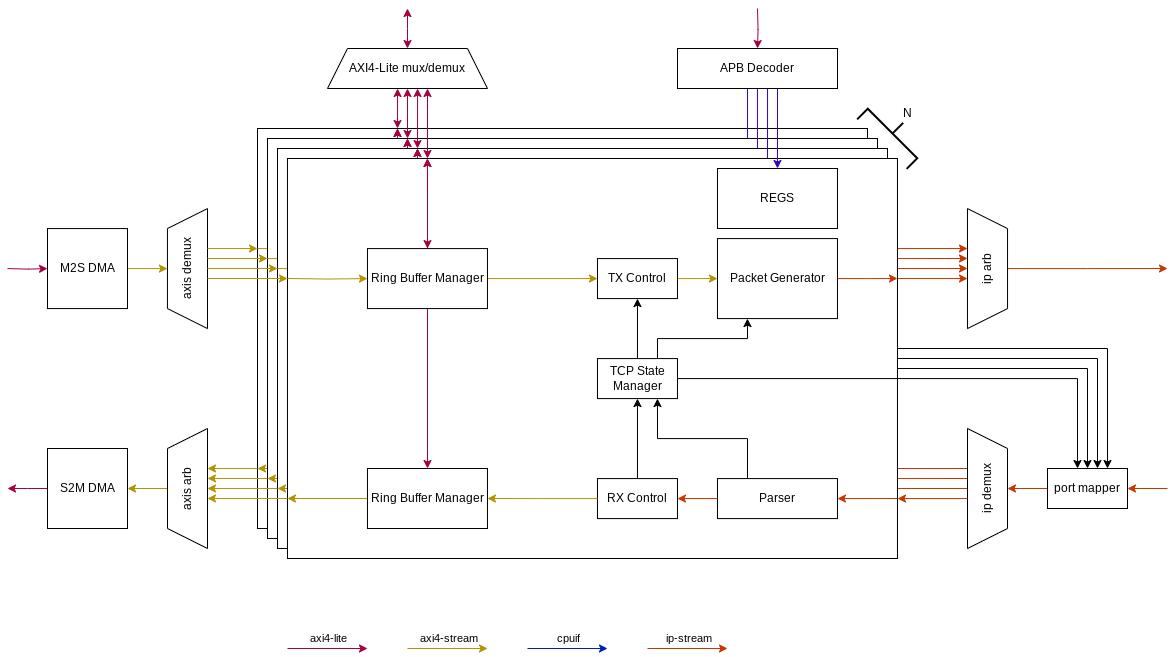
Before: hw/super6502_fpga/src/sub/network_processor/doc/tcp.drawio.png, a diagram exported from draw.io (bman12three4/super6502). Source tidied: cells renumbered, new cells last; positions are measured from the earlier drawing's top-left corner, leaving out a move shared by most shapes.
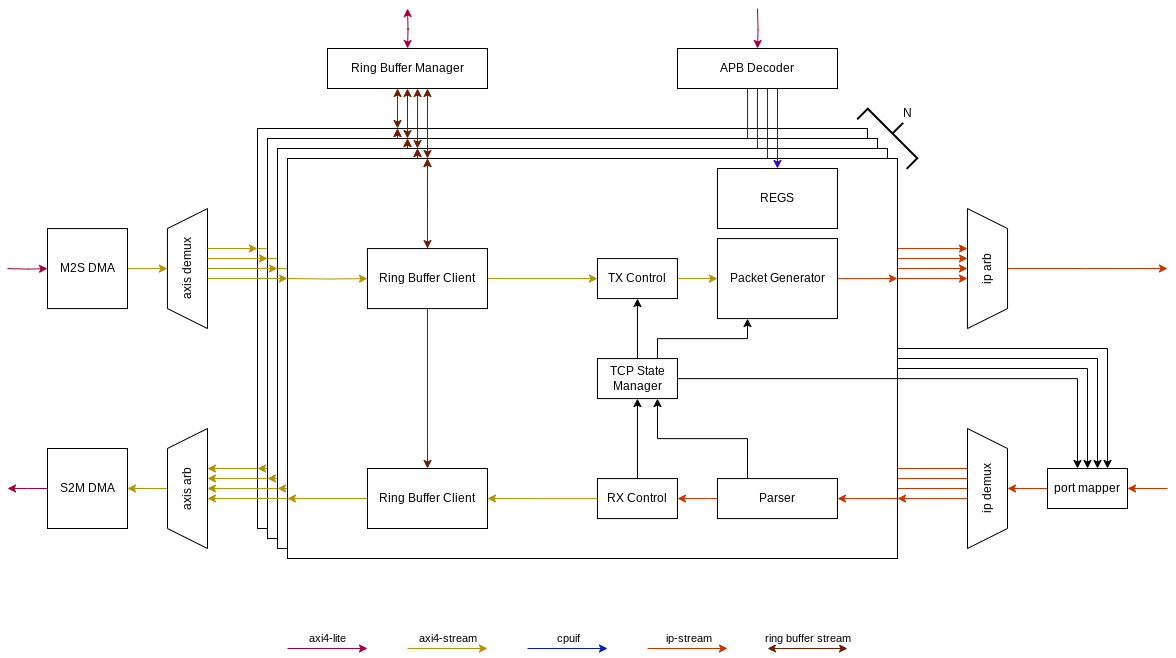
The same file after the commit.

The edit, as a diff of the source:
```diff
@@ -13,7 +13,7 @@
         <mxPoint x="140" as="targetPoint" />
       </mxGeometry>
     </mxCell>
-    <mxCell id="5" style="edgeStyle=orthogonalEdgeStyle;rounded=0;jettySize=auto;html=1;fillColor=#d80073;strokeColor=#A50040;startArrow=classic;startFill=1;" parent="2" edge="1" source="24">
+    <mxCell id="5" style="edgeStyle=orthogonalEdgeStyle;rounded=0;jettySize=auto;html=1;fillColor=#a0522d;strokeColor=#6D1F00;startArrow=classic;startFill=1;" parent="2" edge="1" source="24">
       <mxGeometry relative="1" as="geometry">
         <mxPoint x="140" as="targetPoint" />
         <Array as="points">
@@ -107,7 +107,7 @@
         <mxPoint x="140" as="targetPoint" />
       </mxGeometry>
     </mxCell>
-    <mxCell id="30" style="edgeStyle=orthogonalEdgeStyle;rounded=0;jettySize=auto;html=1;fillColor=#d80073;strokeColor=#A50040;startArrow=classic;startFill=1;" parent="27" edge="1" source="49">
+    <mxCell id="30" style="edgeStyle=orthogonalEdgeStyle;rounded=0;jettySize=auto;html=1;fillColor=#a0522d;strokeColor=#6D1F00;startArrow=classic;startFill=1;" parent="27" edge="1" source="49">
       <mxGeometry relative="1" as="geometry">
         <mxPoint x="140" as="targetPoint" />
         <Array as="points">
@@ -201,7 +201,7 @@
         <mxPoint x="140" as="targetPoint" />
       </mxGeometry>
     </mxCell>
-    <mxCell id="55" style="edgeStyle=orthogonalEdgeStyle;rounded=0;jettySize=auto;html=1;fillColor=#d80073;strokeColor=#A50040;startArrow=classic;startFill=1;" parent="52" edge="1" source="74">
+    <mxCell id="55" style="edgeStyle=orthogonalEdgeStyle;rounded=0;jettySize=auto;html=1;fillColor=#a0522d;strokeColor=#6D1F00;startArrow=classic;startFill=1;" parent="52" edge="1" source="74">
       <mxGeometry relative="1" as="geometry">
         <mxPoint x="140" as="targetPoint" />
         <Array as="points">
@@ -349,14 +349,12 @@
         <mxPoint x="960" y="490.1" as="targetPoint" />
       </mxGeometry>
     </mxCell>
-    <mxCell id="91" style="edgeStyle=orthogonalEdgeStyle;rounded=0;jettySize=auto;html=1;startArrow=classic;startFill=1;fillColor=#d80073;strokeColor=#A50040;" parent="1" edge="1" source="92">
+    <mxCell id="91" style="edgeStyle=orthogonalEdgeStyle;rounded=0;orthogonalLoop=1;jettySize=auto;html=1;startArrow=classic;startFill=1;fillColor=#d80073;strokeColor=#A50040;" parent="1" edge="1">
       <mxGeometry relative="1" as="geometry">
+        <mxPoint x="400" y="40" as="sourcePoint" />
         <mxPoint x="400" as="targetPoint" />
       </mxGeometry>
     </mxCell>
-    <mxCell id="92" value="AXI4-Lite mux/demux" style="shape=trapezoid;perimeter=trapezoidPerimeter;whiteSpace=wrap;html=1;fixedSize=1;" parent="1" vertex="1">
-      <mxGeometry x="320" y="40" width="160" height="40" as="geometry" />
-    </mxCell>
     <mxCell id="93" value="axis demux" style="shape=trapezoid;perimeter=trapezoidPerimeter;whiteSpace=wrap;html=1;fixedSize=1;rotation=-90;" parent="1" vertex="1">
       <mxGeometry x="120" y="240" width="120" height="40.1" as="geometry" />
     </mxCell>
@@ -397,12 +395,12 @@
     <mxCell id="103" style="group;strokeColor=default;fillColor=none;" parent="102" vertex="1">
       <mxGeometry width="610" height="400" as="geometry" />
     </mxCell>
-    <mxCell id="104" style="edgeStyle=orthogonalEdgeStyle;rounded=0;jettySize=auto;html=1;fillColor=#d80073;strokeColor=#A50040;startArrow=classic;startFill=1;" parent="102" edge="1" source="125">
+    <mxCell id="104" style="edgeStyle=orthogonalEdgeStyle;rounded=0;jettySize=auto;html=1;fillColor=#a0522d;strokeColor=#6D1F00;startArrow=classic;startFill=1;" parent="102" edge="1" source="125">
       <mxGeometry relative="1" as="geometry">
         <mxPoint x="140" as="targetPoint" />
       </mxGeometry>
     </mxCell>
-    <mxCell id="105" style="edgeStyle=orthogonalEdgeStyle;rounded=0;jettySize=auto;html=1;fillColor=#d80073;strokeColor=#A50040;startArrow=classic;startFill=1;" parent="102" edge="1" source="124">
+    <mxCell id="105" style="edgeStyle=orthogonalEdgeStyle;rounded=0;jettySize=auto;html=1;fillColor=#a0522d;strokeColor=#6D1F00;startArrow=classic;startFill=1;" parent="102" edge="1" source="124">
       <mxGeometry relative="1" as="geometry">
         <mxPoint x="140" as="targetPoint" />
         <Array as="points">
@@ -473,30 +471,34 @@
     <mxCell id="123" value="REGS" style="rounded=0;whiteSpace=wrap;html=1;" parent="102" vertex="1">
       <mxGeometry x="430" y="10" width="120" height="60" as="geometry" />
     </mxCell>
-    <mxCell id="124" value="Ring Buffer Manager" style="rounded=0;whiteSpace=wrap;html=1;" parent="102" vertex="1">
+    <mxCell id="124" value="Ring Buffer Client" style="rounded=0;whiteSpace=wrap;html=1;" parent="102" vertex="1">
       <mxGeometry x="80" y="310" width="120" height="60" as="geometry" />
     </mxCell>
-    <mxCell id="125" value="Ring Buffer Manager" style="rounded=0;whiteSpace=wrap;html=1;" parent="102" vertex="1">
+    <mxCell id="125" value="Ring Buffer Client" style="rounded=0;whiteSpace=wrap;html=1;" parent="102" vertex="1">
       <mxGeometry x="80" y="90.1" width="120" height="60" as="geometry" />
     </mxCell>
-    <mxCell id="126" style="endArrow=classic;html=1;rounded=0;entryX=0.625;entryY=1;entryDx=0;entryDy=0;entryPerimeter=0;fillColor=#d80073;strokeColor=#A50040;startArrow=classic;startFill=1;" parent="1" edge="1" target="92">
+    <mxCell id="126" style="endArrow=classic;html=1;rounded=0;entryX=0.625;entryY=1;entryDx=0;entryDy=0;entryPerimeter=0;fillColor=#a0522d;strokeColor=#6D1F00;startArrow=classic;startFill=1;" parent="1" edge="1">
       <mxGeometry relative="1" as="geometry">
         <mxPoint x="420" y="150" as="sourcePoint" />
+        <mxPoint x="420" y="80" as="targetPoint" />
       </mxGeometry>
     </mxCell>
-    <mxCell id="127" style="endArrow=classic;html=1;rounded=0;entryX=0.563;entryY=1;entryDx=0;entryDy=0;entryPerimeter=0;fillColor=#d80073;strokeColor=#A50040;startArrow=classic;startFill=1;" parent="1" edge="1" target="92">
+    <mxCell id="127" style="endArrow=classic;html=1;rounded=0;entryX=0.563;entryY=1;entryDx=0;entryDy=0;entryPerimeter=0;fillColor=#a0522d;strokeColor=#6D1F00;startArrow=classic;startFill=1;" parent="1" edge="1">
       <mxGeometry relative="1" as="geometry">
         <mxPoint x="410" y="140" as="sourcePoint" />
+        <mxPoint x="410.1" y="80" as="targetPoint" />
       </mxGeometry>
     </mxCell>
-    <mxCell id="128" style="endArrow=classic;html=1;rounded=0;entryX=0.5;entryY=1;entryDx=0;entryDy=0;fillColor=#d80073;strokeColor=#A50040;startArrow=classic;startFill=1;" parent="1" edge="1" target="92">
+    <mxCell id="128" style="endArrow=classic;html=1;rounded=0;entryX=0.5;entryY=1;entryDx=0;entryDy=0;fillColor=#a0522d;strokeColor=#6D1F00;startArrow=classic;startFill=1;" parent="1" edge="1">
       <mxGeometry relative="1" as="geometry">
         <mxPoint x="400" y="130" as="sourcePoint" />
+        <mxPoint x="400" y="80" as="targetPoint" />
       </mxGeometry>
     </mxCell>
-    <mxCell id="129" style="endArrow=classic;html=1;rounded=0;entryX=0.438;entryY=1;entryDx=0;entryDy=0;entryPerimeter=0;fillColor=#d80073;strokeColor=#A50040;startArrow=classic;startFill=1;" parent="1" edge="1" target="92">
+    <mxCell id="129" style="endArrow=classic;html=1;rounded=0;entryX=0.438;entryY=1;entryDx=0;entryDy=0;entryPerimeter=0;fillColor=#a0522d;strokeColor=#6D1F00;startArrow=classic;startFill=1;" parent="1" edge="1">
       <mxGeometry relative="1" as="geometry">
         <mxPoint x="390" y="120" as="sourcePoint" />
+        <mxPoint x="390.1" y="80" as="targetPoint" />
       </mxGeometry>
     </mxCell>
     <mxCell id="130" style="edgeStyle=orthogonalEdgeStyle;rounded=0;jettySize=auto;html=1;startArrow=classic;startFill=1;endArrow=none;endFill=0;fillColor=#6a00ff;strokeColor=#3700CC;exitX=0.5;exitY=0;exitDx=0;exitDy=0;entryX=0.625;entryY=1;entryDx=0;entryDy=0;entryPerimeter=0;" parent="1" edge="1" source="123" target="80">
@@ -632,5 +634,19 @@
         <mxPoint x="1160" y="480" as="sourcePoint" />
       </mxGeometry>
     </mxCell>
+    <mxCell id="154" value="Ring Buffer Manager" style="rounded=0;whiteSpace=wrap;html=1;" parent="1" vertex="1">
+      <mxGeometry x="320" y="40" width="160" height="40" as="geometry" />
+    </mxCell>
+    <mxCell id="155" style="endArrow=classic;html=1;rounded=0;fillColor=#a0522d;strokeColor=#6D1F00;startArrow=classic;startFill=1;" parent="1" edge="1">
+      <mxGeometry relative="1" as="geometry">
+        <mxPoint x="760" y="640" as="sourcePoint" />
+        <mxPoint x="840" y="640" as="targetPoint" />
+      </mxGeometry>
+    </mxCell>
+    <mxCell id="156" value="ring buffer stream" style="edgeLabel;html=1;align=center;verticalAlign=middle;" parent="155" vertex="1">
+      <mxGeometry x="-0.25" y="-1" relative="1" as="geometry">
+        <mxPoint x="10" y="-11" as="offset" />
+      </mxGeometry>
+    </mxCell>
   </root>
 </mxGraphModel>
```
